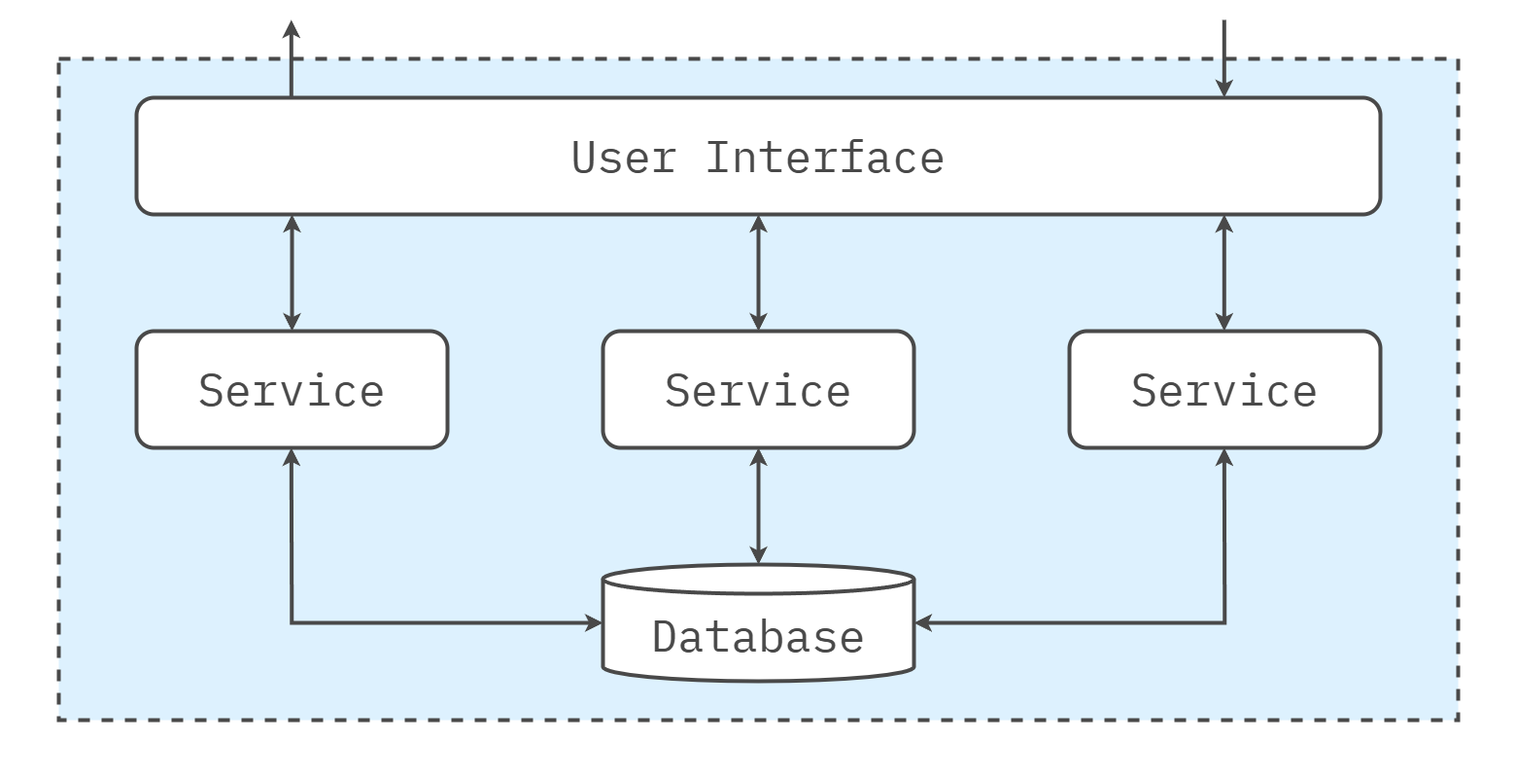
Before: images/architecture/fundamentals/styles.service-based.drawio.png, a diagram exported from draw.io (software-architecture-guild/software-architecture-guild.github.io). Source tidied: cells renumbered, new cells last; positions are measured from the earlier drawing's top-left corner, leaving out a move shared by most shapes.
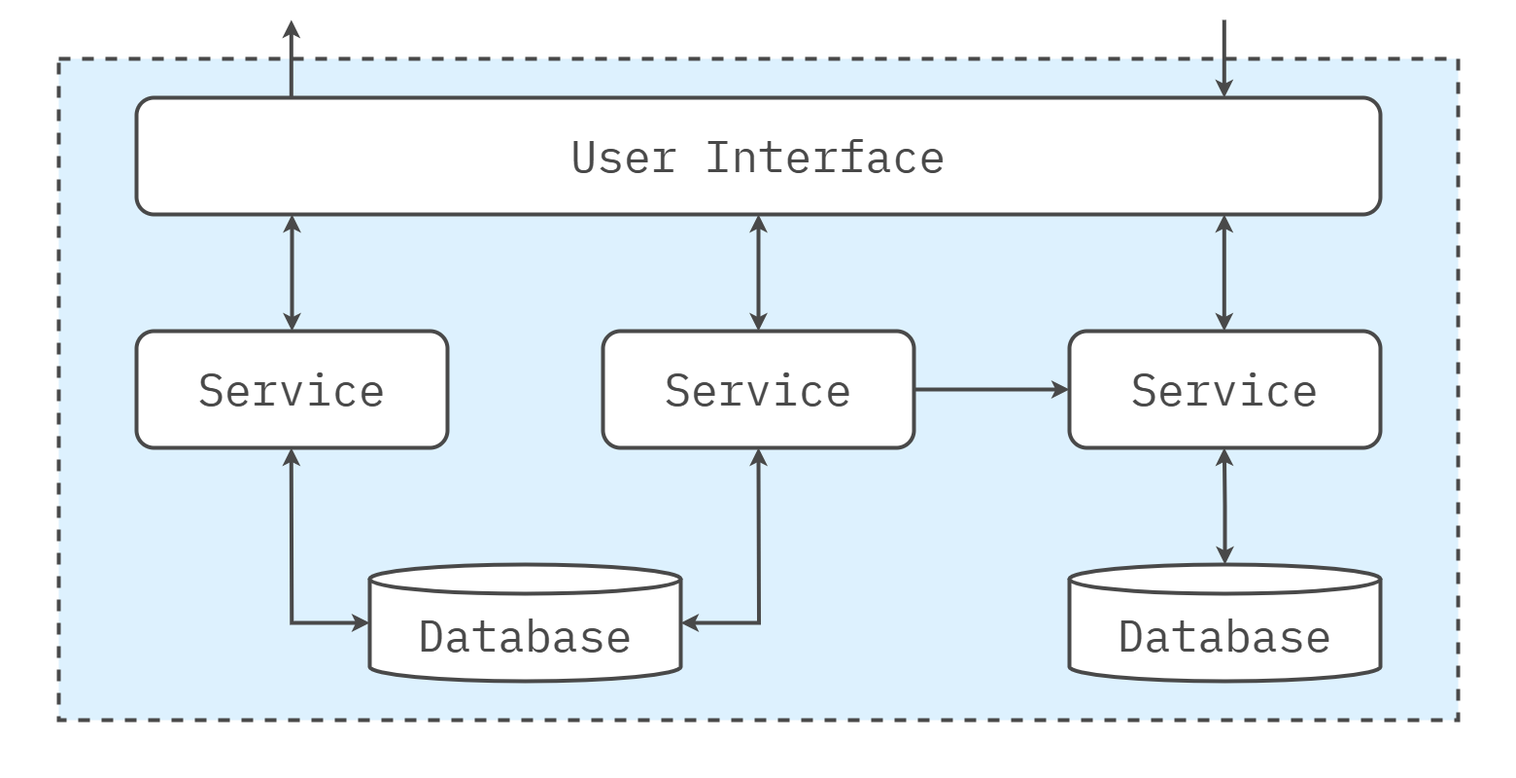
The same file after the commit.

What changed in the source:
```diff
@@ -29,6 +29,9 @@
     <mxCell id="8" value="Service" style="rounded=1;whiteSpace=wrap;html=1;fillColor=#FFFFFF;strokeColor=#494949;strokeWidth=4;fontFamily=IBM Plex Mono;fontSource=https%3A%2F%2Ffonts.googleapis.com%2Fcss%3Ffamily%3DIBM%2BPlex%2BMono;fontSize=46;fontColor=#494949;" parent="1" vertex="1">
       <mxGeometry x="140" y="340" width="320" height="120" as="geometry" />
     </mxCell>
+    <mxCell id="17" style="edgeStyle=none;html=1;exitX=1;exitY=0.5;exitDx=0;exitDy=0;entryX=0;entryY=0.5;entryDx=0;entryDy=0;strokeWidth=4;rounded=0;curved=0;strokeColor=#494949;" parent="1" edge="1" source="9" target="5">
+      <mxGeometry relative="1" as="geometry" />
+    </mxCell>
     <mxCell id="9" value="Service" style="rounded=1;whiteSpace=wrap;html=1;fillColor=#FFFFFF;strokeColor=#494949;strokeWidth=4;fontFamily=IBM Plex Mono;fontSource=https%3A%2F%2Ffonts.googleapis.com%2Fcss%3Ffamily%3DIBM%2BPlex%2BMono;fontSize=46;fontColor=#494949;" parent="1" vertex="1">
       <mxGeometry x="620" y="340" width="320" height="120" as="geometry" />
     </mxCell>
@@ -38,7 +41,7 @@
       </mxGeometry>
     </mxCell>
     <mxCell id="11" value="Database" style="shape=cylinder3;whiteSpace=wrap;html=1;boundedLbl=1;backgroundOutline=1;size=15;rounded=1;strokeColor=#494949;strokeWidth=4;align=center;verticalAlign=middle;fontFamily=IBM Plex Mono;fontSource=https%3A%2F%2Ffonts.googleapis.com%2Fcss%3Ffamily%3DIBM%2BPlex%2BMono;fontSize=46;fontColor=#494949;fillColor=#FFFFFF;" parent="1" vertex="1">
-      <mxGeometry x="620" y="580" width="320" height="120" as="geometry" />
+      <mxGeometry x="380" y="580" width="320" height="120" as="geometry" />
     </mxCell>
     <mxCell id="12" style="endArrow=classic;html=1;rounded=0;fontFamily=IBM Plex Mono;fontSource=https%3A%2F%2Ffonts.googleapis.com%2Fcss%3Ffamily%3DIBM%2BPlex%2BMono;fontSize=64;fontColor=#494949;strokeColor=#494949;strokeWidth=4;exitX=0.5;exitY=0;exitDx=0;exitDy=0;startArrow=classic;startFill=1;" parent="1" edge="1">
       <mxGeometry relative="1" as="geometry">
@@ -52,9 +55,8 @@
         <mxPoint x="1259.3" y="220" as="targetPoint" />
       </mxGeometry>
     </mxCell>
-    <mxCell id="14" style="endArrow=classic;html=1;rounded=0;fontFamily=IBM Plex Mono;fontSource=https%3A%2F%2Ffonts.googleapis.com%2Fcss%3Ffamily%3DIBM%2BPlex%2BMono;fontSize=64;fontColor=#494949;strokeColor=#494949;strokeWidth=4;exitX=0.5;exitY=0;exitDx=0;exitDy=0;startArrow=classic;startFill=1;" parent="1" edge="1">
+    <mxCell id="14" style="endArrow=classic;html=1;rounded=0;fontFamily=IBM Plex Mono;fontSource=https%3A%2F%2Ffonts.googleapis.com%2Fcss%3Ffamily%3DIBM%2BPlex%2BMono;fontSize=64;fontColor=#494949;strokeColor=#494949;strokeWidth=4;exitX=1;exitY=0.5;exitDx=0;exitDy=0;startArrow=classic;startFill=1;exitPerimeter=0;edgeStyle=orthogonalEdgeStyle;" parent="1" edge="1" source="11">
       <mxGeometry relative="1" as="geometry">
-        <mxPoint x="780" y="580" as="sourcePoint" />
         <mxPoint x="780" y="460" as="targetPoint" />
       </mxGeometry>
     </mxCell>
@@ -63,10 +65,13 @@
         <mxPoint x="299.3" y="460" as="targetPoint" />
       </mxGeometry>
     </mxCell>
-    <mxCell id="16" style="endArrow=classic;html=1;rounded=0;fontFamily=IBM Plex Mono;fontSource=https%3A%2F%2Ffonts.googleapis.com%2Fcss%3Ffamily%3DIBM%2BPlex%2BMono;fontSize=64;fontColor=#494949;strokeColor=#494949;strokeWidth=4;exitX=1;exitY=0.5;exitDx=0;exitDy=0;startArrow=classic;startFill=1;exitPerimeter=0;edgeStyle=orthogonalEdgeStyle;" parent="1" edge="1" source="11">
+    <mxCell id="16" style="endArrow=classic;html=1;rounded=0;fontFamily=IBM Plex Mono;fontSource=https%3A%2F%2Ffonts.googleapis.com%2Fcss%3Ffamily%3DIBM%2BPlex%2BMono;fontSize=64;fontColor=#494949;strokeColor=#494949;strokeWidth=4;exitX=0.5;exitY=0;exitDx=0;exitDy=0;startArrow=classic;startFill=1;exitPerimeter=0;edgeStyle=orthogonalEdgeStyle;" parent="1" edge="1" source="18">
       <mxGeometry relative="1" as="geometry">
         <mxPoint x="1259.3" y="460" as="targetPoint" />
       </mxGeometry>
     </mxCell>
+    <mxCell id="18" value="Database" style="shape=cylinder3;whiteSpace=wrap;html=1;boundedLbl=1;backgroundOutline=1;size=15;rounded=1;strokeColor=#494949;strokeWidth=4;align=center;verticalAlign=middle;fontFamily=IBM Plex Mono;fontSource=https%3A%2F%2Ffonts.googleapis.com%2Fcss%3Ffamily%3DIBM%2BPlex%2BMono;fontSize=46;fontColor=#494949;fillColor=#FFFFFF;" parent="1" vertex="1">
+      <mxGeometry x="1100" y="580" width="320" height="120" as="geometry" />
+    </mxCell>
   </root>
 </mxGraphModel>
```
